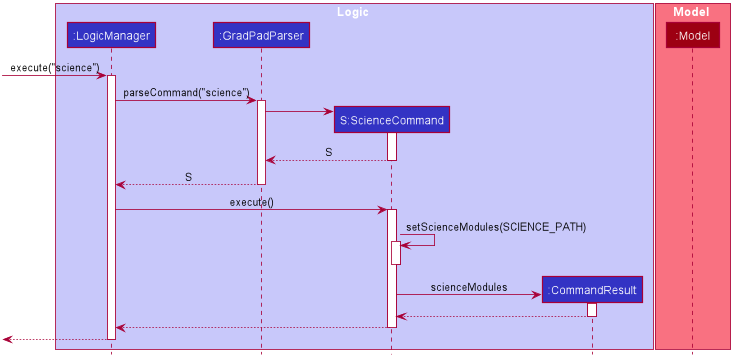
Above: docs/images/ScienceSequenceDiagram.png in yan-soon/tp (PlantUML), before the change. Its diagram source:
```plantuml
@startuml









skinparam BackgroundColor #FFFFFFF

skinparam Shadowing false

skinparam Class {
    FontColor #FFFFFF
    BorderThickness 1
    BorderColor #FFFFFF
    StereotypeFontColor #FFFFFF
    FontName Arial
}

skinparam Actor {
    BorderColor #000000
    Color #000000
    FontName Arial
}

skinparam Sequence {
    MessageAlign center
    BoxFontSize 15
    BoxPadding 0
    BoxFontColor #FFFFFF
    FontName Arial
}

skinparam Participant {
    FontColor #FFFFFFF
    Padding 20
}

skinparam MinClassWidth 50
skinparam ParticipantPadding 10
skinparam Shadowing false
skinparam DefaultTextAlignment center
skinparam packageStyle Rectangle

hide footbox
hide members
hide circle

box Logic #C8C8FA
participant ":LogicManager" as LogicManager #3333C4
participant ":GradPadParser" as GradPadParser #3333C4
participant "S:ScienceCommand" as ScienceCommand #3333C4
participant ":CommandResult" as CommandResult #3333C4
end box

box Model #F97181
participant ":Model" as Model #9D0012
end box

[-> LogicManager : execute("science")
activate LogicManager

LogicManager -> GradPadParser : parseCommand("science")
activate GradPadParser

create ScienceCommand
GradPadParser -> ScienceCommand
activate ScienceCommand

ScienceCommand --> GradPadParser : S
deactivate ScienceCommand

GradPadParser --> LogicManager : S
deactivate GradPadParser

LogicManager -> ScienceCommand : execute()
activate ScienceCommand

ScienceCommand -> ScienceCommand : setScienceModules(SCIENCE_PATH)
activate ScienceCommand

deactivate ScienceCommand

create CommandResult
ScienceCommand -> CommandResult : scienceModules
activate CommandResult

CommandResult --> ScienceCommand
deactivate CommandResult

ScienceCommand --> LogicManager
deactivate ScienceCommand

[<--LogicManager
deactivate LogicManager
@enduml
```
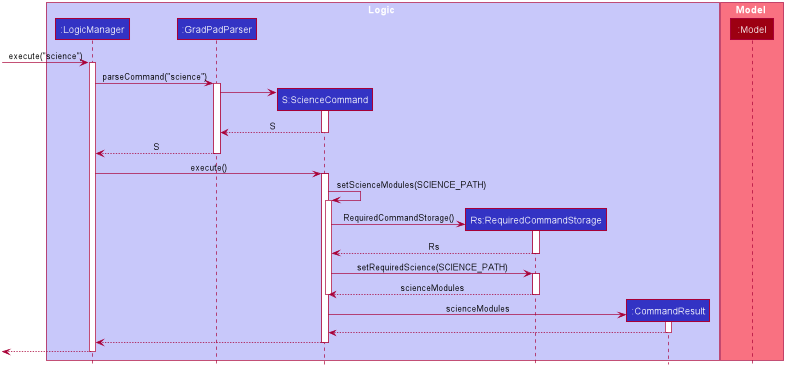
Above is the later version.

Diff of the diagram source:
```diff
@@ -53,6 +53,7 @@
 participant ":LogicManager" as LogicManager #3333C4
 participant ":GradPadParser" as GradPadParser #3333C4
 participant "S:ScienceCommand" as ScienceCommand #3333C4
+participant "Rs:RequiredCommandStorage" as RequiredCommandStorage #3333C4
 participant ":CommandResult" as CommandResult #3333C4
 end box
 
@@ -82,6 +83,19 @@
 ScienceCommand -> ScienceCommand : setScienceModules(SCIENCE_PATH)
 activate ScienceCommand
 
+create RequiredCommandStorage
+ScienceCommand -> RequiredCommandStorage : RequiredCommandStorage()
+activate RequiredCommandStorage
+
+RequiredCommandStorage --> ScienceCommand : Rs
+deactivate RequiredCommandStorage
+
+ScienceCommand -> RequiredCommandStorage : setRequiredScience(SCIENCE_PATH)
+activate RequiredCommandStorage
+
+RequiredCommandStorage --> ScienceCommand : scienceModules
+deactivate RequiredCommandStorage
+
 deactivate ScienceCommand
 
 create CommandResult
```
